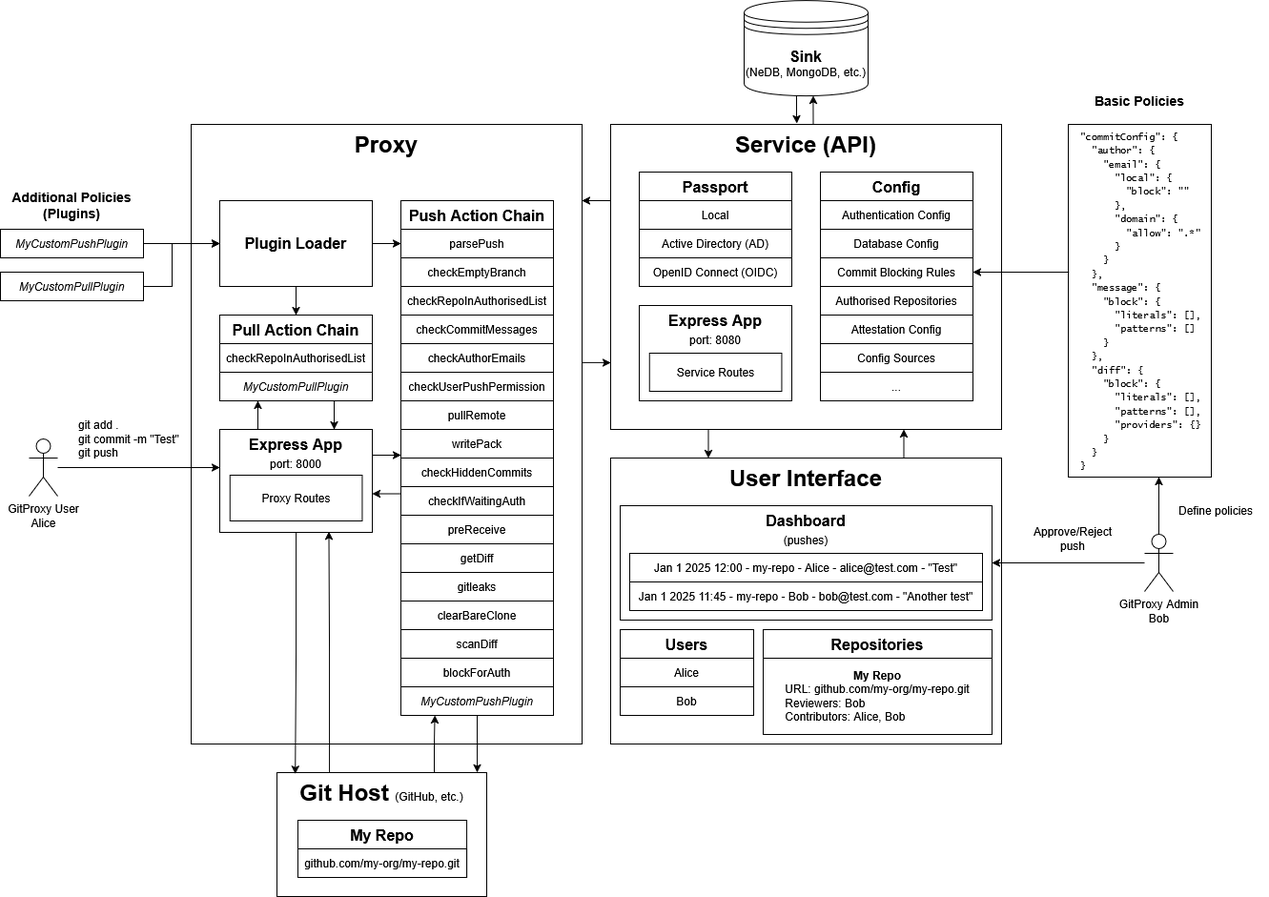
Above: docs/img/GitProxy_Architecture.png in finos/git-proxy (draw.io), before the change. Source tidied: cells renumbered, new cells last; positions are measured from the earlier drawing's top-left corner, leaving out a move shared by most shapes.
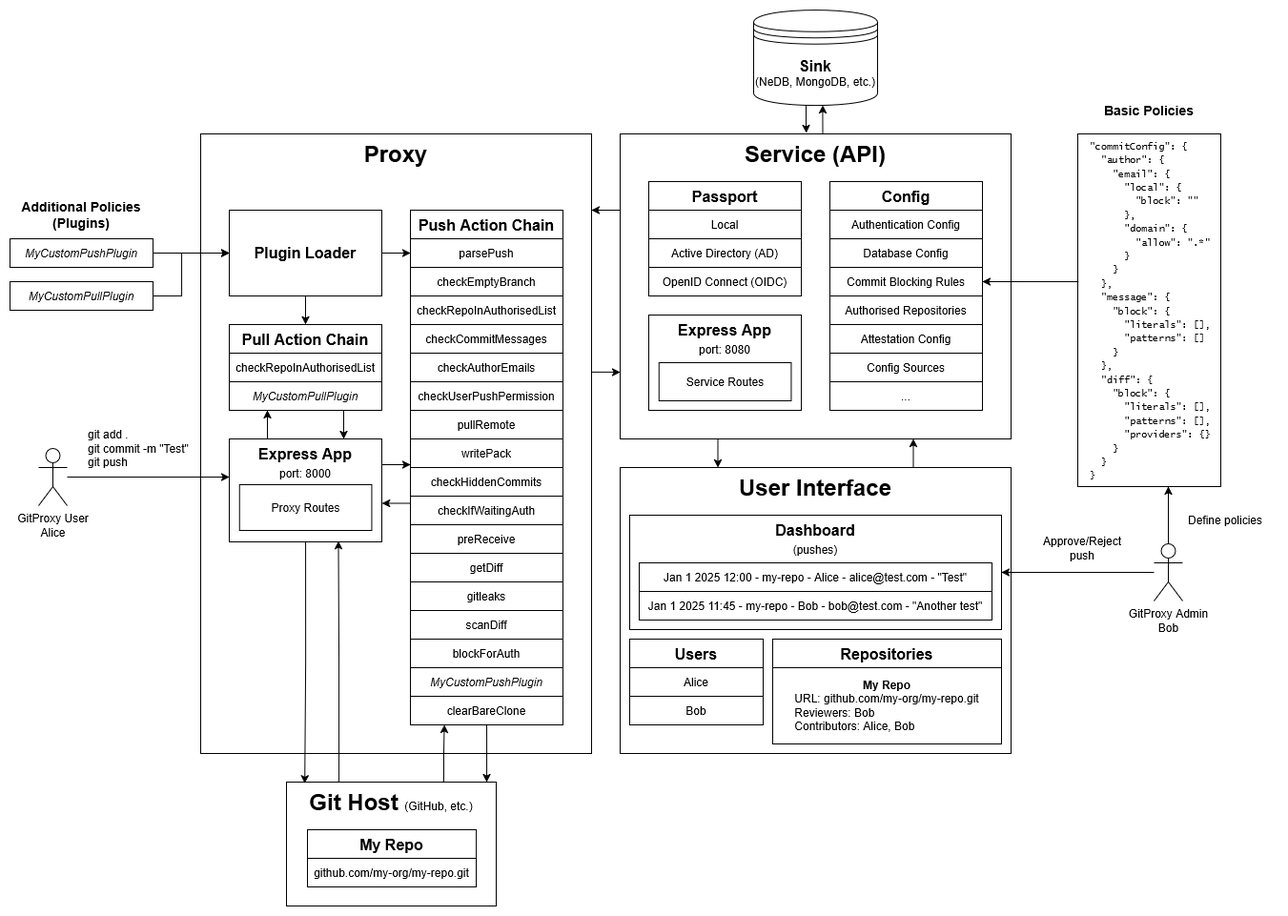
After the commit.

Commit message:
docs: update architecture diagram, upload XML file for editing, add edit instructions

Diff of the diagram source:
```diff
@@ -115,17 +115,14 @@
     <mxCell id="35" value="gitleaks" style="rounded=0;whiteSpace=wrap;html=1;" parent="20" vertex="1">
       <mxGeometry y="390" width="160" height="30" as="geometry" />
     </mxCell>
-    <mxCell id="36" value="clearBareClone" style="rounded=0;whiteSpace=wrap;html=1;" parent="20" vertex="1">
-      <mxGeometry y="420" width="160" height="30" as="geometry" />
-    </mxCell>
     <mxCell id="37" value="scanDiff" style="rounded=0;whiteSpace=wrap;html=1;" parent="20" vertex="1">
-      <mxGeometry y="450" width="160" height="30" as="geometry" />
+      <mxGeometry y="420" width="160" height="30" as="geometry" />
     </mxCell>
     <mxCell id="38" value="blockForAuth" style="rounded=0;whiteSpace=wrap;html=1;" parent="20" vertex="1">
-      <mxGeometry y="480" width="160" height="30" as="geometry" />
+      <mxGeometry y="450" width="160" height="30" as="geometry" />
     </mxCell>
     <mxCell id="39" value="&lt;i&gt;MyCustomPushPlugin&lt;/i&gt;" style="rounded=0;whiteSpace=wrap;html=1;" parent="20" vertex="1">
-      <mxGeometry y="510" width="160" height="30" as="geometry" />
+      <mxGeometry y="480" width="160" height="30" as="geometry" />
     </mxCell>
     <mxCell id="40" style="group;" parent="1" vertex="1">
       <mxGeometry x="290" y="810" width="220" height="130" as="geometry" />
@@ -314,5 +311,8 @@
         <mxPoint x="640" y="379.9" as="targetPoint" />
       </mxGeometry>
     </mxCell>
+    <mxCell id="36" value="clearBareClone" style="rounded=0;whiteSpace=wrap;html=1;" parent="1" vertex="1">
+      <mxGeometry x="420" y="720" width="160" height="30" as="geometry" />
+    </mxCell>
   </root>
 </mxGraphModel>
```
